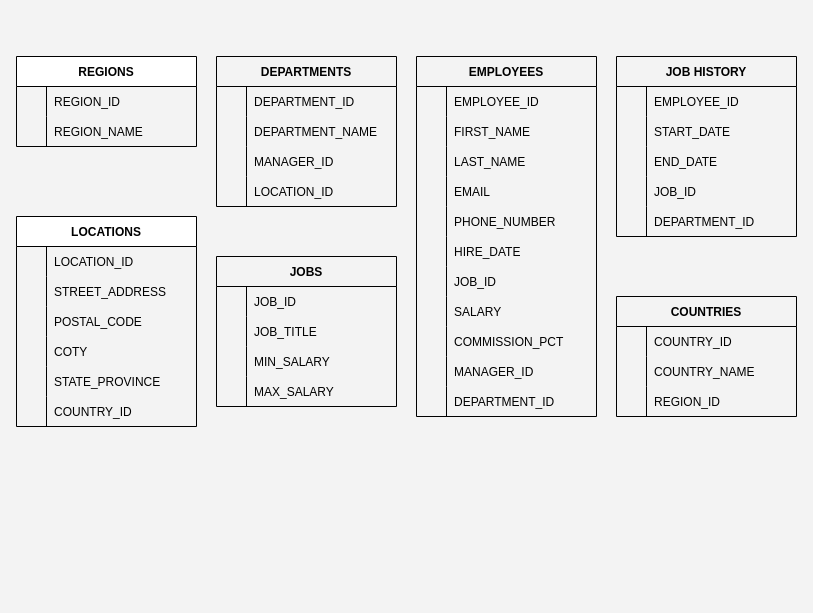
sharkfacekilla/120 keeps this draw.io diagram as HRData.drawio. Above is the earlier version. Source tidied: cells renumbered, new cells numbered last; positions are measured from the earlier drawing's top-left corner, leaving out a move shared by most shapes. Both pictures are drawn from the tidied source at 100%, with x=0, y=0 at pixel (16, 56).
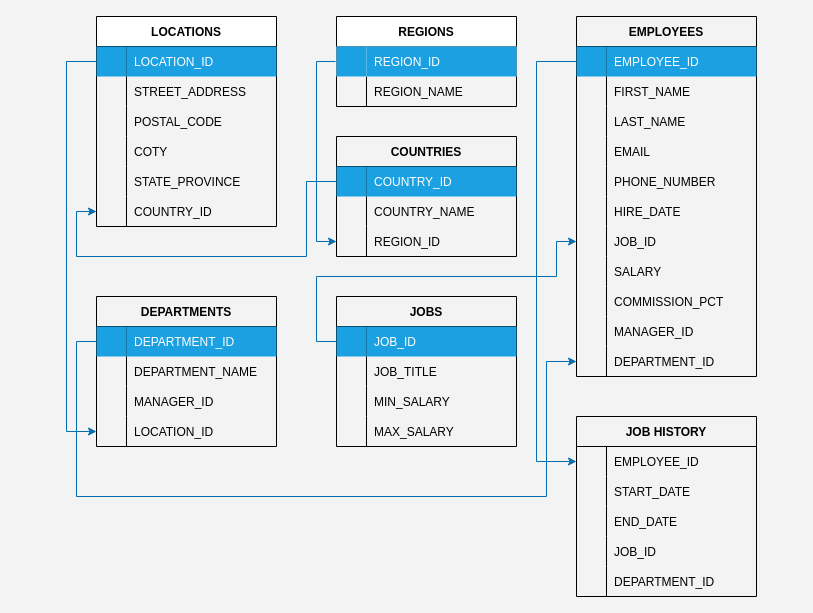
After the change.

Unchanged cells that the change refers to:
```xml
<mxCell id="10" style="shape=tableRow;horizontal=0;startSize=0;swimlaneHead=0;swimlaneBody=0;fillColor=none;points=[[0,0.5],[1,0.5]];portConstraint=eastwest;top=0;left=0;right=0;bottom=0;" parent="9" vertex="1">
  <mxGeometry y="30" width="180" height="30" as="geometry" />
</mxCell>
<mxCell id="25" style="shape=tableRow;horizontal=0;startSize=0;swimlaneHead=0;swimlaneBody=0;fillColor=none;points=[[0,0.5],[1,0.5]];portConstraint=eastwest;top=0;left=0;right=0;bottom=0;" parent="9" vertex="1">
  <mxGeometry y="180" width="180" height="30" as="geometry" />
</mxCell>
<mxCell id="29" style="shape=tableRow;horizontal=0;startSize=0;swimlaneHead=0;swimlaneBody=0;fillColor=none;points=[[0,0.5],[1,0.5]];portConstraint=eastwest;top=0;left=0;right=0;bottom=0;" parent="28" vertex="1">
  <mxGeometry y="30" width="180" height="30" as="geometry" />
</mxCell>
<mxCell id="38" style="shape=tableRow;horizontal=0;startSize=0;swimlaneHead=0;swimlaneBody=0;fillColor=none;points=[[0,0.5],[1,0.5]];portConstraint=eastwest;top=0;left=0;right=0;bottom=0;" parent="28" vertex="1">
  <mxGeometry y="120" width="180" height="30" as="geometry" />
</mxCell>
<mxCell id="42" style="shape=tableRow;horizontal=0;startSize=0;swimlaneHead=0;swimlaneBody=0;fillColor=none;points=[[0,0.5],[1,0.5]];portConstraint=eastwest;top=0;left=0;right=0;bottom=0;" parent="41" vertex="1">
  <mxGeometry y="30" width="180" height="30" as="geometry" />
</mxCell>
<mxCell id="55" style="shape=tableRow;horizontal=0;startSize=0;swimlaneHead=0;swimlaneBody=0;fillColor=none;points=[[0,0.5],[1,0.5]];portConstraint=eastwest;top=0;left=0;right=0;bottom=0;" parent="54" vertex="1">
  <mxGeometry y="30" width="180" height="30" as="geometry" />
</mxCell>
<mxCell id="73" style="shape=tableRow;horizontal=0;startSize=0;swimlaneHead=0;swimlaneBody=0;fillColor=none;points=[[0,0.5],[1,0.5]];portConstraint=eastwest;top=0;left=0;right=0;bottom=0;" parent="54" vertex="1">
  <mxGeometry y="210" width="180" height="30" as="geometry" />
</mxCell>
<mxCell id="85" style="shape=tableRow;horizontal=0;startSize=0;swimlaneHead=0;swimlaneBody=0;fillColor=none;points=[[0,0.5],[1,0.5]];portConstraint=eastwest;top=0;left=0;right=0;bottom=0;" parent="54" vertex="1">
  <mxGeometry y="330" width="180" height="30" as="geometry" />
</mxCell>
<mxCell id="89" style="shape=tableRow;horizontal=0;startSize=0;swimlaneHead=0;swimlaneBody=0;fillColor=none;points=[[0,0.5],[1,0.5]];portConstraint=eastwest;top=0;left=0;right=0;bottom=0;" parent="88" vertex="1">
  <mxGeometry y="30" width="180" height="30" as="geometry" />
</mxCell>
<mxCell id="105" style="shape=tableRow;horizontal=0;startSize=0;swimlaneHead=0;swimlaneBody=0;fillColor=none;points=[[0,0.5],[1,0.5]];portConstraint=eastwest;top=0;left=0;right=0;bottom=0;" parent="104" vertex="1">
  <mxGeometry y="30" width="180" height="30" as="geometry" />
</mxCell>
<mxCell id="111" style="shape=tableRow;horizontal=0;startSize=0;swimlaneHead=0;swimlaneBody=0;fillColor=none;points=[[0,0.5],[1,0.5]];portConstraint=eastwest;top=0;left=0;right=0;bottom=0;" parent="104" vertex="1">
  <mxGeometry y="90" width="180" height="30" as="geometry" />
</mxCell>
```

Change to the diagram source:
```diff
@@
     <mxCell id="2" value="REGIONS" style="shape=table;startSize=30;childLayout=tableLayout;rowLines=0;fontStyle=1;align=center;" parent="1" vertex="1">
-      <mxGeometry width="180" height="90" as="geometry" />
+      <mxGeometry x="320" y="-40" width="180" height="90" as="geometry" />
     </mxCell>
-    <mxCell id="3" style="shape=tableRow;horizontal=0;startSize=0;swimlaneHead=0;swimlaneBody=0;fillColor=none;points=[[0,0.5],[1,0.5]];portConstraint=eastwest;top=0;left=0;right=0;bottom=0;" parent="2" vertex="1">
+    <mxCell id="3" style="shape=tableRow;horizontal=0;startSize=0;swimlaneHead=0;swimlaneBody=0;fillColor=default;points=[[0,0.5],[1,0.5]];portConstraint=eastwest;top=0;left=0;right=0;bottom=0;perimeterSpacing=1;" parent="2" vertex="1">
       <mxGeometry y="30" width="180" height="30" as="geometry" />
     </mxCell>
-    <mxCell id="4" style="shape=partialRectangle;fillColor=none;top=0;left=0;bottom=0;right=0;overflow=hidden;" parent="3" vertex="1">
+    <mxCell id="4" style="shape=partialRectangle;fillColor=#1ba1e2;top=0;left=0;bottom=0;right=0;overflow=hidden;fontColor=#ffffff;strokeColor=#006EAF;labelBorderColor=default;perimeterSpacing=0;" parent="3" vertex="1">
       <mxGeometry width="30" height="30" as="geometry" />
     </mxCell>
-    <mxCell id="5" value="REGION_ID" style="shape=partialRectangle;fillColor=none;top=0;left=0;bottom=0;right=0;align=left;spacingLeft=6;overflow=hidden;" parent="3" vertex="1">
+    <mxCell id="5" value="REGION_ID" style="shape=partialRectangle;fillColor=#1ba1e2;top=0;left=0;bottom=0;right=0;align=left;spacingLeft=6;overflow=hidden;fontColor=#ffffff;strokeColor=#006EAF;" parent="3" vertex="1">
       <mxGeometry x="30" width="150" height="30" as="geometry" />
     </mxCell>
@@
     <mxCell id="9" value="LOCATIONS" style="shape=table;startSize=30;childLayout=tableLayout;rowLines=0;fontStyle=1;align=center;" parent="1" vertex="1">
-      <mxGeometry y="160" width="180" height="210" as="geometry" />
+      <mxGeometry x="80" y="-40" width="180" height="210" as="geometry" />
     </mxCell>
@@
-    <mxCell id="11" style="shape=partialRectangle;fillColor=none;top=0;left=0;bottom=0;right=0;overflow=hidden;" parent="10" vertex="1">
+    <mxCell id="11" style="shape=partialRectangle;fillColor=#1ba1e2;top=0;left=0;bottom=0;right=0;overflow=hidden;fontColor=#ffffff;strokeColor=#006EAF;" parent="10" vertex="1">
       <mxGeometry width="30" height="30" as="geometry" />
     </mxCell>
-    <mxCell id="12" value="LOCATION_ID" style="shape=partialRectangle;fillColor=none;top=0;left=0;bottom=0;right=0;align=left;spacingLeft=6;overflow=hidden;" parent="10" vertex="1">
+    <mxCell id="12" value="LOCATION_ID" style="shape=partialRectangle;fillColor=#1ba1e2;top=0;left=0;bottom=0;right=0;align=left;spacingLeft=6;overflow=hidden;fontColor=#ffffff;strokeColor=#006EAF;" parent="10" vertex="1">
       <mxGeometry x="30" width="150" height="30" as="geometry" />
     </mxCell>
@@
     <mxCell id="28" value="DEPARTMENTS" style="shape=table;startSize=30;childLayout=tableLayout;rowLines=0;fontStyle=1;align=center;fillColor=none;" parent="1" vertex="1">
-      <mxGeometry x="200" width="180" height="150" as="geometry" />
+      <mxGeometry x="80" y="240" width="180" height="150" as="geometry" />
     </mxCell>
@@
-    <mxCell id="30" style="shape=partialRectangle;fillColor=none;top=0;left=0;bottom=0;right=0;overflow=hidden;" parent="29" vertex="1">
+    <mxCell id="30" style="shape=partialRectangle;fillColor=#1ba1e2;top=0;left=0;bottom=0;right=0;overflow=hidden;fontColor=#ffffff;strokeColor=#006EAF;" parent="29" vertex="1">
       <mxGeometry width="30" height="30" as="geometry" />
     </mxCell>
-    <mxCell id="31" value="DEPARTMENT_ID" style="shape=partialRectangle;fillColor=none;top=0;left=0;bottom=0;right=0;align=left;spacingLeft=6;overflow=hidden;" parent="29" vertex="1">
+    <mxCell id="31" value="DEPARTMENT_ID" style="shape=partialRectangle;fillColor=#1ba1e2;top=0;left=0;bottom=0;right=0;align=left;spacingLeft=6;overflow=hidden;fontColor=#ffffff;strokeColor=#006EAF;" parent="29" vertex="1">
       <mxGeometry x="30" width="150" height="30" as="geometry" />
     </mxCell>
@@
     <mxCell id="41" value="JOBS" style="shape=table;startSize=30;childLayout=tableLayout;rowLines=0;fontStyle=1;align=center;fillColor=none;" parent="1" vertex="1">
-      <mxGeometry x="200" y="200" width="180" height="150" as="geometry" />
+      <mxGeometry x="320" y="240" width="180" height="150" as="geometry" />
     </mxCell>
@@
-    <mxCell id="43" style="shape=partialRectangle;fillColor=none;top=0;left=0;bottom=0;right=0;overflow=hidden;" parent="42" vertex="1">
+    <mxCell id="43" style="shape=partialRectangle;fillColor=#1ba1e2;top=0;left=0;bottom=0;right=0;overflow=hidden;fontColor=#ffffff;strokeColor=#006EAF;" parent="42" vertex="1">
       <mxGeometry width="30" height="30" as="geometry" />
     </mxCell>
-    <mxCell id="44" value="JOB_ID" style="shape=partialRectangle;fillColor=none;top=0;left=0;bottom=0;right=0;align=left;spacingLeft=6;overflow=hidden;" parent="42" vertex="1">
+    <mxCell id="44" value="JOB_ID" style="shape=partialRectangle;fillColor=#1ba1e2;top=0;left=0;bottom=0;right=0;align=left;spacingLeft=6;overflow=hidden;fontColor=#ffffff;strokeColor=#006EAF;" parent="42" vertex="1">
       <mxGeometry x="30" width="150" height="30" as="geometry" />
     </mxCell>
@@
     <mxCell id="54" value="EMPLOYEES" style="shape=table;startSize=30;childLayout=tableLayout;rowLines=0;fontStyle=1;align=center;fillColor=none;" parent="1" vertex="1">
-      <mxGeometry x="400" width="180" height="360" as="geometry" />
+      <mxGeometry x="560" y="-40" width="180" height="360" as="geometry" />
     </mxCell>
@@
-    <mxCell id="56" style="shape=partialRectangle;fillColor=none;top=0;left=0;bottom=0;right=0;overflow=hidden;" parent="55" vertex="1">
+    <mxCell id="56" style="shape=partialRectangle;fillColor=#1ba1e2;top=0;left=0;bottom=0;right=0;overflow=hidden;fontColor=#ffffff;strokeColor=#006EAF;" parent="55" vertex="1">
       <mxGeometry width="30" height="30" as="geometry" />
     </mxCell>
-    <mxCell id="57" value="EMPLOYEE_ID" style="shape=partialRectangle;fillColor=none;top=0;left=0;bottom=0;right=0;align=left;spacingLeft=6;overflow=hidden;" parent="55" vertex="1">
+    <mxCell id="57" value="EMPLOYEE_ID" style="shape=partialRectangle;fillColor=#1ba1e2;top=0;left=0;bottom=0;right=0;align=left;spacingLeft=6;overflow=hidden;fontColor=#ffffff;strokeColor=#006EAF;" parent="55" vertex="1">
       <mxGeometry x="30" width="150" height="30" as="geometry" />
     </mxCell>
@@
     <mxCell id="88" value="JOB HISTORY" style="shape=table;startSize=30;childLayout=tableLayout;rowLines=0;fontStyle=1;align=center;fillColor=none;" parent="1" vertex="1">
-      <mxGeometry x="600" width="180" height="180" as="geometry" />
+      <mxGeometry x="560" y="360" width="180" height="180" as="geometry" />
     </mxCell>
@@
     <mxCell id="104" value="COUNTRIES" style="shape=table;startSize=30;childLayout=tableLayout;rowLines=0;fontStyle=1;align=center;fillColor=none;" parent="1" vertex="1">
-      <mxGeometry x="600" y="240" width="180" height="120" as="geometry" />
+      <mxGeometry x="320" y="80" width="180" height="120" as="geometry" />
     </mxCell>
@@
-    <mxCell id="106" style="shape=partialRectangle;fillColor=none;top=0;left=0;bottom=0;right=0;overflow=hidden;" parent="105" vertex="1">
+    <mxCell id="106" style="shape=partialRectangle;fillColor=#1ba1e2;top=0;left=0;bottom=0;right=0;overflow=hidden;fontColor=#ffffff;strokeColor=#006EAF;" parent="105" vertex="1">
       <mxGeometry width="30" height="30" as="geometry" />
     </mxCell>
-    <mxCell id="107" value="COUNTRY_ID" style="shape=partialRectangle;fillColor=none;top=0;left=0;bottom=0;right=0;align=left;spacingLeft=6;overflow=hidden;" parent="105" vertex="1">
+    <mxCell id="107" value="COUNTRY_ID" style="shape=partialRectangle;fillColor=#1ba1e2;top=0;left=0;bottom=0;right=0;align=left;spacingLeft=6;overflow=hidden;fontColor=#ffffff;strokeColor=#006EAF;" parent="105" vertex="1">
       <mxGeometry x="30" width="150" height="30" as="geometry" />
     </mxCell>
@@
+    <mxCell id="114" style="edgeStyle=orthogonalEdgeStyle;rounded=0;jettySize=auto;html=1;exitX=0;exitY=0.5;exitDx=0;exitDy=0;entryX=0;entryY=0.5;entryDx=0;entryDy=0;fillColor=#1ba1e2;strokeColor=#006EAF;" parent="1" edge="1" source="105" target="25">
+      <mxGeometry relative="1" as="geometry">
+        <Array as="points">
+          <mxPoint x="290" y="125" />
+          <mxPoint x="290" y="200" />
+          <mxPoint x="60" y="200" />
+          <mxPoint x="60" y="155" />
+        </Array>
+      </mxGeometry>
+    </mxCell>
+    <mxCell id="115" style="edgeStyle=orthogonalEdgeStyle;rounded=0;jettySize=auto;html=1;exitX=0;exitY=0.5;exitDx=0;exitDy=0;entryX=0;entryY=0.5;entryDx=0;entryDy=0;fillColor=#1ba1e2;strokeColor=#006EAF;" parent="1" edge="1" source="10" target="38">
+      <mxGeometry relative="1" as="geometry">
+        <Array as="points">
+          <mxPoint x="50" y="5" />
+          <mxPoint x="50" y="375" />
+        </Array>
+      </mxGeometry>
+    </mxCell>
+    <mxCell id="116" style="edgeStyle=orthogonalEdgeStyle;rounded=0;jettySize=auto;html=1;exitX=0;exitY=0.5;exitDx=0;exitDy=0;entryX=0;entryY=0.5;entryDx=0;entryDy=0;fillColor=#1ba1e2;strokeColor=#006EAF;" parent="1" edge="1" source="3" target="111">
+      <mxGeometry relative="1" as="geometry" />
+    </mxCell>
+    <mxCell id="117" style="edgeStyle=orthogonalEdgeStyle;rounded=0;jettySize=auto;html=1;exitX=0;exitY=0.5;exitDx=0;exitDy=0;fillColor=#1ba1e2;strokeColor=#006EAF;" parent="1" edge="1" source="42" target="73">
+      <mxGeometry relative="1" as="geometry">
+        <Array as="points">
+          <mxPoint x="300" y="285" />
+          <mxPoint x="300" y="220" />
+          <mxPoint x="540" y="220" />
+          <mxPoint x="540" y="185" />
+        </Array>
+      </mxGeometry>
+    </mxCell>
+    <mxCell id="118" style="edgeStyle=orthogonalEdgeStyle;rounded=0;jettySize=auto;html=1;exitX=0;exitY=0.5;exitDx=0;exitDy=0;fillColor=#1ba1e2;strokeColor=#006EAF;" parent="1" edge="1" source="29" target="85">
+      <mxGeometry relative="1" as="geometry">
+        <Array as="points">
+          <mxPoint x="60" y="285" />
+          <mxPoint x="60" y="440" />
+          <mxPoint x="530" y="440" />
+          <mxPoint x="530" y="305" />
+        </Array>
+      </mxGeometry>
+    </mxCell>
+    <mxCell id="119" style="edgeStyle=orthogonalEdgeStyle;rounded=0;jettySize=auto;html=1;exitX=0;exitY=0.5;exitDx=0;exitDy=0;entryX=0;entryY=0.5;entryDx=0;entryDy=0;fillColor=#1ba1e2;strokeColor=#006EAF;" parent="1" edge="1" source="55" target="89">
+      <mxGeometry relative="1" as="geometry">
+        <Array as="points">
+          <mxPoint x="520" y="5" />
+          <mxPoint x="520" y="405" />
+        </Array>
+      </mxGeometry>
+    </mxCell>
```
